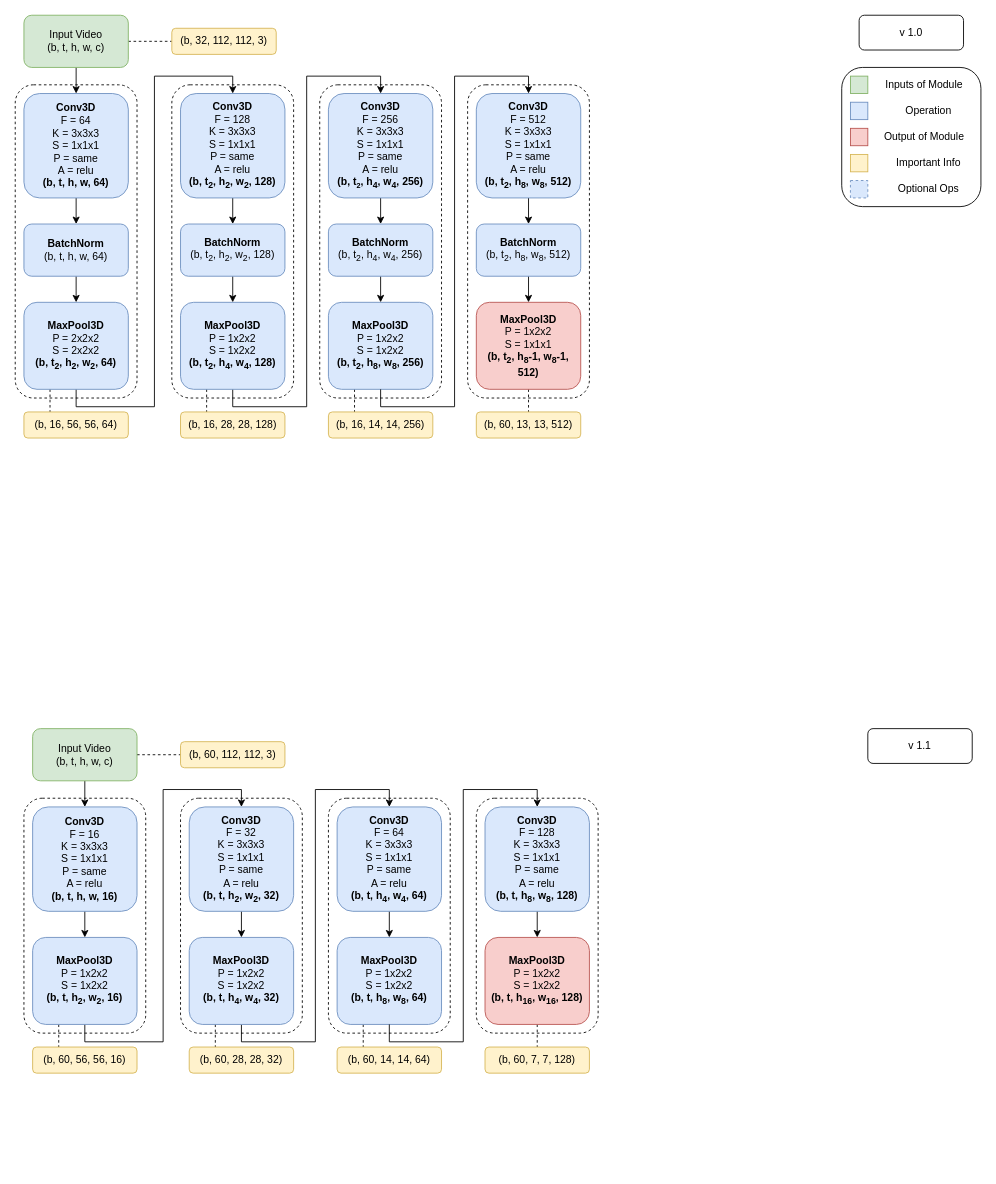
Before: page "Compute Feat Module" (4 of 8) of Models_graphs.drawio in MIC10086/SignLanguageTranslation_SLT, a draw.io diagram. Source tidied: cells renumbered, new cells numbered last; positions are measured from the earlier drawing's top-left corner, leaving out a move shared by most shapes. Both pictures are drawn from the tidied source at 87%, with x=0, y=0 at pixel (15, 15).
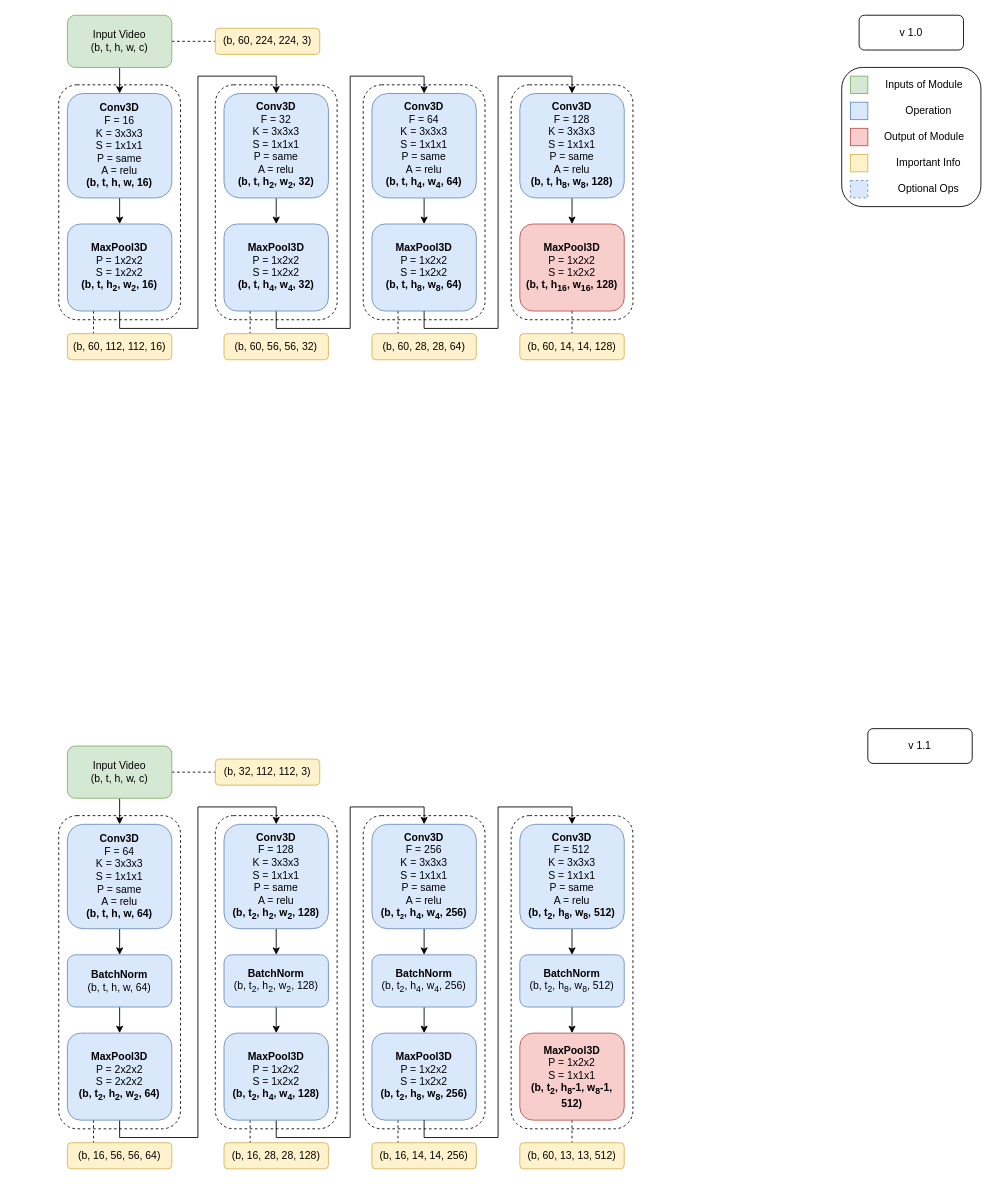
Above is the later version.

Change to the diagram source:
```diff
@@
     <mxCell id="2" style="rounded=1;whiteSpace=wrap;html=1;strokeColor=#000000;fillColor=none;dashed=1;" parent="1" vertex="1">
-      <mxGeometry x="360" y="900" width="140" height="270" as="geometry" />
+      <mxGeometry x="400" y="80" width="140" height="270" as="geometry" />
     </mxCell>
     <mxCell id="3" style="rounded=1;whiteSpace=wrap;html=1;strokeColor=#000000;fillColor=none;dashed=1;" parent="1" vertex="1">
-      <mxGeometry x="190" y="900" width="140" height="270" as="geometry" />
+      <mxGeometry x="230" y="80" width="140" height="270" as="geometry" />
     </mxCell>
     <mxCell id="4" style="rounded=1;whiteSpace=wrap;html=1;strokeColor=#000000;fillColor=none;dashed=1;" parent="1" vertex="1">
-      <mxGeometry x="10" y="900" width="140" height="270" as="geometry" />
+      <mxGeometry x="50" y="80" width="140" height="270" as="geometry" />
     </mxCell>
@@
     <mxCell id="17" style="rounded=1;whiteSpace=wrap;html=1;strokeColor=#000000;fillColor=none;dashed=1;" parent="1" vertex="1">
-      <mxGeometry x="530" y="900" width="140" height="270" as="geometry" />
+      <mxGeometry x="570" y="80" width="140" height="270" as="geometry" />
     </mxCell>
@@
     <mxCell id="20" value="Input Video&lt;br&gt;(b, t, h, w, c)" style="rounded=1;whiteSpace=wrap;html=1;fillColor=#d5e8d4;strokeColor=#82b366;" parent="1" vertex="1">
-      <mxGeometry x="20" y="820" width="120" height="60" as="geometry" />
+      <mxGeometry x="60" width="120" height="60" as="geometry" />
     </mxCell>
@@
     <mxCell id="22" value="&lt;b&gt;Conv3D&lt;/b&gt;&lt;br&gt;F = 16&lt;br&gt;K = 3x3x3&lt;br&gt;S = 1x1x1&lt;br&gt;P = same&lt;br&gt;A = relu&lt;br&gt;&lt;b&gt;(b, t, h, w, 16)&lt;/b&gt;" style="rounded=1;whiteSpace=wrap;html=1;strokeColor=#6c8ebf;fillColor=#dae8fc;" parent="1" vertex="1">
-      <mxGeometry x="20" y="910" width="120" height="120" as="geometry" />
+      <mxGeometry x="60" y="90" width="120" height="120" as="geometry" />
     </mxCell>
@@
     <mxCell id="25" value="&lt;b&gt;MaxPool3D&lt;/b&gt;&lt;br&gt;P = 1x2x2&lt;br&gt;S = 1x2x2&lt;br&gt;&lt;b&gt;(b, t, h&lt;sub&gt;2&lt;/sub&gt;, w&lt;sub&gt;2&lt;/sub&gt;, 16)&lt;/b&gt;" style="rounded=1;whiteSpace=wrap;html=1;strokeColor=#6c8ebf;fillColor=#dae8fc;" parent="1" vertex="1">
-      <mxGeometry x="20" y="1060" width="120" height="100" as="geometry" />
+      <mxGeometry x="60" y="240" width="120" height="100" as="geometry" />
     </mxCell>
@@
     <mxCell id="28" value="&lt;b&gt;Conv3D&lt;/b&gt;&lt;br&gt;F = 32&lt;br&gt;K = 3x3x3&lt;br&gt;S = 1x1x1&lt;br&gt;P = same&lt;br&gt;A = relu&lt;br&gt;&lt;b&gt;(b, t, h&lt;sub&gt;2&lt;/sub&gt;, w&lt;sub&gt;2&lt;/sub&gt;, 32)&lt;/b&gt;" style="rounded=1;whiteSpace=wrap;html=1;strokeColor=#6c8ebf;fillColor=#dae8fc;" parent="1" vertex="1">
-      <mxGeometry x="200" y="910" width="120" height="120" as="geometry" />
+      <mxGeometry x="240" y="90" width="120" height="120" as="geometry" />
     </mxCell>
@@
     <mxCell id="31" value="&lt;b&gt;MaxPool3D&lt;/b&gt;&lt;br&gt;P = 1x2x2&lt;br&gt;S = 1x2x2&lt;br&gt;&lt;b&gt;(b, t, h&lt;sub&gt;4&lt;/sub&gt;, w&lt;sub&gt;4&lt;/sub&gt;, 32)&lt;/b&gt;" style="rounded=1;whiteSpace=wrap;html=1;strokeColor=#6c8ebf;fillColor=#dae8fc;" parent="1" vertex="1">
-      <mxGeometry x="200" y="1060" width="120" height="100" as="geometry" />
+      <mxGeometry x="240" y="240" width="120" height="100" as="geometry" />
     </mxCell>
@@
     <mxCell id="33" value="&lt;b&gt;Conv3D&lt;/b&gt;&lt;br&gt;F = 64&lt;br&gt;K = 3x3x3&lt;br&gt;S = 1x1x1&lt;br&gt;P = same&lt;br&gt;A = relu&lt;br&gt;&lt;b&gt;(b, t, h&lt;sub&gt;4&lt;/sub&gt;, w&lt;sub&gt;4&lt;/sub&gt;, 64)&lt;/b&gt;" style="rounded=1;whiteSpace=wrap;html=1;strokeColor=#6c8ebf;fillColor=#dae8fc;" parent="1" vertex="1">
-      <mxGeometry x="370" y="910" width="120" height="120" as="geometry" />
+      <mxGeometry x="410" y="90" width="120" height="120" as="geometry" />
     </mxCell>
@@
     <mxCell id="35" value="&lt;b&gt;MaxPool3D&lt;/b&gt;&lt;br&gt;P = 1x2x2&lt;br&gt;S = 1x2x2&lt;br&gt;&lt;b&gt;(b, t, h&lt;sub&gt;8&lt;/sub&gt;, w&lt;sub&gt;8&lt;/sub&gt;, 64)&lt;/b&gt;" style="rounded=1;whiteSpace=wrap;html=1;strokeColor=#6c8ebf;fillColor=#dae8fc;" parent="1" vertex="1">
-      <mxGeometry x="370" y="1060" width="120" height="100" as="geometry" />
+      <mxGeometry x="410" y="240" width="120" height="100" as="geometry" />
     </mxCell>
@@
     <mxCell id="38" value="&lt;b&gt;Conv3D&lt;/b&gt;&lt;br&gt;F = 128&lt;br&gt;K = 3x3x3&lt;br&gt;S = 1x1x1&lt;br&gt;P = same&lt;br&gt;A = relu&lt;br&gt;&lt;b&gt;(b, t, h&lt;sub&gt;8&lt;/sub&gt;, w&lt;sub&gt;8&lt;/sub&gt;, 128)&lt;/b&gt;" style="rounded=1;whiteSpace=wrap;html=1;strokeColor=#6c8ebf;fillColor=#dae8fc;" parent="1" vertex="1">
-      <mxGeometry x="540" y="910" width="120" height="120" as="geometry" />
+      <mxGeometry x="580" y="90" width="120" height="120" as="geometry" />
     </mxCell>
@@
     <mxCell id="40" value="&lt;b&gt;MaxPool3D&lt;/b&gt;&lt;br&gt;P = 1x2x2&lt;br&gt;S = 1x2x2&lt;br&gt;&lt;b&gt;(b, t, h&lt;sub&gt;16&lt;/sub&gt;, w&lt;sub&gt;16&lt;/sub&gt;, 128)&lt;/b&gt;" style="rounded=1;whiteSpace=wrap;html=1;strokeColor=#b85450;fillColor=#f8cecc;" parent="1" vertex="1">
-      <mxGeometry x="540" y="1060" width="120" height="100" as="geometry" />
+      <mxGeometry x="580" y="240" width="120" height="100" as="geometry" />
     </mxCell>
-    <mxCell id="41" value="(b, 60, 112, 112, 3)" style="rounded=1;whiteSpace=wrap;html=1;strokeColor=#d6b656;fillColor=#fff2cc;" parent="1" vertex="1">
-      <mxGeometry x="190" y="835" width="120" height="30" as="geometry" />
+    <mxCell id="41" value="(b, 60, 224, 224, 3)" style="rounded=1;whiteSpace=wrap;html=1;strokeColor=#d6b656;fillColor=#fff2cc;" parent="1" vertex="1">
+      <mxGeometry x="230" y="15" width="120" height="30" as="geometry" />
     </mxCell>
-    <mxCell id="42" value="(b, 60, 56, 56, 16)" style="rounded=1;whiteSpace=wrap;html=1;strokeColor=#d6b656;fillColor=#fff2cc;" parent="1" vertex="1">
-      <mxGeometry x="20" y="1186" width="120" height="30" as="geometry" />
+    <mxCell id="42" value="(b, 60, 112, 112, 16)" style="rounded=1;whiteSpace=wrap;html=1;strokeColor=#d6b656;fillColor=#fff2cc;" parent="1" vertex="1">
+      <mxGeometry x="60" y="366" width="120" height="30" as="geometry" />
     </mxCell>
-    <mxCell id="43" value="(b, 60, 28, 28, 32)" style="rounded=1;whiteSpace=wrap;html=1;strokeColor=#d6b656;fillColor=#fff2cc;" parent="1" vertex="1">
-      <mxGeometry x="200" y="1186" width="120" height="30" as="geometry" />
+    <mxCell id="43" value="(b, 60, 56, 56, 32)" style="rounded=1;whiteSpace=wrap;html=1;strokeColor=#d6b656;fillColor=#fff2cc;" parent="1" vertex="1">
+      <mxGeometry x="240" y="366" width="120" height="30" as="geometry" />
     </mxCell>
-    <mxCell id="44" value="(b, 60, 14, 14, 64)" style="rounded=1;whiteSpace=wrap;html=1;strokeColor=#d6b656;fillColor=#fff2cc;" parent="1" vertex="1">
-      <mxGeometry x="370" y="1186" width="120" height="30" as="geometry" />
+    <mxCell id="44" value="(b, 60, 28, 28, 64)" style="rounded=1;whiteSpace=wrap;html=1;strokeColor=#d6b656;fillColor=#fff2cc;" parent="1" vertex="1">
+      <mxGeometry x="410" y="366" width="120" height="30" as="geometry" />
     </mxCell>
-    <mxCell id="45" value="(b, 60, 7, 7, 128)" style="rounded=1;whiteSpace=wrap;html=1;strokeColor=#d6b656;fillColor=#fff2cc;" parent="1" vertex="1">
-      <mxGeometry x="540" y="1186" width="120" height="30" as="geometry" />
+    <mxCell id="45" value="(b, 60, 14, 14, 128)" style="rounded=1;whiteSpace=wrap;html=1;strokeColor=#d6b656;fillColor=#fff2cc;" parent="1" vertex="1">
+      <mxGeometry x="580" y="366" width="120" height="30" as="geometry" />
     </mxCell>
     <mxCell id="46" style="rounded=1;whiteSpace=wrap;html=1;strokeColor=#000000;fillColor=none;dashed=1;" parent="1" vertex="1">
-      <mxGeometry x="350" y="80" width="140" height="360" as="geometry" />
+      <mxGeometry x="400" y="920" width="140" height="360" as="geometry" />
     </mxCell>
     <mxCell id="47" style="rounded=1;whiteSpace=wrap;html=1;strokeColor=#000000;fillColor=none;dashed=1;" parent="1" vertex="1">
-      <mxGeometry x="180" y="80" width="140" height="360" as="geometry" />
+      <mxGeometry x="230" y="920" width="140" height="360" as="geometry" />
     </mxCell>
     <mxCell id="48" style="rounded=1;whiteSpace=wrap;html=1;strokeColor=#000000;fillColor=none;dashed=1;" parent="1" vertex="1">
-      <mxGeometry y="80" width="140" height="360" as="geometry" />
+      <mxGeometry x="50" y="920" width="140" height="360" as="geometry" />
     </mxCell>
     <mxCell id="49" style="rounded=1;whiteSpace=wrap;html=1;strokeColor=#000000;fillColor=none;dashed=1;" parent="1" vertex="1">
-      <mxGeometry x="520" y="80" width="140" height="360" as="geometry" />
+      <mxGeometry x="570" y="920" width="140" height="360" as="geometry" />
     </mxCell>
@@
     <mxCell id="52" value="Input Video&lt;br&gt;(b, t, h, w, c)" style="rounded=1;whiteSpace=wrap;html=1;fillColor=#d5e8d4;strokeColor=#82b366;" parent="1" vertex="1">
-      <mxGeometry x="10" width="120" height="60" as="geometry" />
+      <mxGeometry x="60" y="840" width="120" height="60" as="geometry" />
     </mxCell>
@@
     <mxCell id="54" value="&lt;b&gt;Conv3D&lt;/b&gt;&lt;br&gt;F = 64&lt;br&gt;K = 3x3x3&lt;br&gt;S = 1x1x1&lt;br&gt;P = same&lt;br&gt;A = relu&lt;br&gt;&lt;b&gt;(b, t, h, w, 64)&lt;/b&gt;" style="rounded=1;whiteSpace=wrap;html=1;strokeColor=#6c8ebf;fillColor=#dae8fc;" parent="1" vertex="1">
-      <mxGeometry x="10" y="90" width="120" height="120" as="geometry" />
+      <mxGeometry x="60" y="930" width="120" height="120" as="geometry" />
     </mxCell>
@@
     <mxCell id="57" value="&lt;b&gt;MaxPool3D&lt;/b&gt;&lt;br&gt;P = 2x2x2&lt;br&gt;S = 2x2x2&lt;br&gt;&lt;b&gt;(b, t&lt;sub&gt;2&lt;/sub&gt;, h&lt;sub&gt;2&lt;/sub&gt;, w&lt;sub&gt;2&lt;/sub&gt;, 64)&lt;/b&gt;" style="rounded=1;whiteSpace=wrap;html=1;strokeColor=#6c8ebf;fillColor=#dae8fc;" parent="1" vertex="1">
-      <mxGeometry x="10" y="330" width="120" height="100" as="geometry" />
+      <mxGeometry x="60" y="1170" width="120" height="100" as="geometry" />
     </mxCell>
@@
     <mxCell id="59" value="&lt;b&gt;Conv3D&lt;/b&gt;&lt;br&gt;F = 128&lt;br&gt;K = 3x3x3&lt;br&gt;S = 1x1x1&lt;br&gt;P = same&lt;br&gt;A = relu&lt;br&gt;&lt;b&gt;(b, t&lt;sub&gt;2&lt;/sub&gt;, h&lt;sub&gt;2&lt;/sub&gt;, w&lt;sub&gt;2&lt;/sub&gt;, 128)&lt;/b&gt;" style="rounded=1;whiteSpace=wrap;html=1;strokeColor=#6c8ebf;fillColor=#dae8fc;" parent="1" vertex="1">
-      <mxGeometry x="190" y="90" width="120" height="120" as="geometry" />
+      <mxGeometry x="240" y="930" width="120" height="120" as="geometry" />
     </mxCell>
@@
     <mxCell id="62" value="&lt;b&gt;MaxPool3D&lt;/b&gt;&lt;br&gt;P = 1x2x2&lt;br&gt;S = 1x2x2&lt;br&gt;&lt;b&gt;(b, t&lt;sub&gt;2&lt;/sub&gt;, h&lt;sub&gt;4&lt;/sub&gt;, w&lt;sub&gt;4&lt;/sub&gt;, 128)&lt;/b&gt;" style="rounded=1;whiteSpace=wrap;html=1;strokeColor=#6c8ebf;fillColor=#dae8fc;" parent="1" vertex="1">
-      <mxGeometry x="190" y="330" width="120" height="100" as="geometry" />
+      <mxGeometry x="240" y="1170" width="120" height="100" as="geometry" />
     </mxCell>
@@
     <mxCell id="64" value="&lt;b&gt;Conv3D&lt;/b&gt;&lt;br&gt;F = 256&lt;br&gt;K = 3x3x3&lt;br&gt;S = 1x1x1&lt;br&gt;P = same&lt;br&gt;A = relu&lt;br&gt;&lt;b&gt;(b, t&lt;span style=&quot;font-size: 10px&quot;&gt;&lt;sub&gt;2&lt;/sub&gt;&lt;/span&gt;, h&lt;sub&gt;4&lt;/sub&gt;, w&lt;sub&gt;4&lt;/sub&gt;, 256)&lt;/b&gt;" style="rounded=1;whiteSpace=wrap;html=1;strokeColor=#6c8ebf;fillColor=#dae8fc;" parent="1" vertex="1">
-      <mxGeometry x="360" y="90" width="120" height="120" as="geometry" />
+      <mxGeometry x="410" y="930" width="120" height="120" as="geometry" />
     </mxCell>
@@
     <mxCell id="66" value="&lt;b&gt;MaxPool3D&lt;/b&gt;&lt;br&gt;P = 1x2x2&lt;br&gt;S = 1x2x2&lt;br&gt;&lt;b&gt;(b, t&lt;sub&gt;2&lt;/sub&gt;, h&lt;sub&gt;8&lt;/sub&gt;, w&lt;sub&gt;8&lt;/sub&gt;, 256)&lt;/b&gt;" style="rounded=1;whiteSpace=wrap;html=1;strokeColor=#6c8ebf;fillColor=#dae8fc;" parent="1" vertex="1">
-      <mxGeometry x="360" y="330" width="120" height="100" as="geometry" />
+      <mxGeometry x="410" y="1170" width="120" height="100" as="geometry" />
     </mxCell>
@@
     <mxCell id="69" value="&lt;b&gt;Conv3D&lt;/b&gt;&lt;br&gt;F = 512&lt;br&gt;K = 3x3x3&lt;br&gt;S = 1x1x1&lt;br&gt;P = same&lt;br&gt;A = relu&lt;br&gt;&lt;b&gt;(b, t&lt;sub&gt;2&lt;/sub&gt;, h&lt;sub&gt;8&lt;/sub&gt;, w&lt;sub&gt;8&lt;/sub&gt;, 512)&lt;/b&gt;" style="rounded=1;whiteSpace=wrap;html=1;strokeColor=#6c8ebf;fillColor=#dae8fc;" parent="1" vertex="1">
-      <mxGeometry x="530" y="90" width="120" height="120" as="geometry" />
+      <mxGeometry x="580" y="930" width="120" height="120" as="geometry" />
     </mxCell>
@@
     <mxCell id="71" value="&lt;b&gt;MaxPool3D&lt;/b&gt;&lt;br&gt;P = 1x2x2&lt;br&gt;S = 1x1x1&lt;br&gt;&lt;b&gt;(b, t&lt;sub&gt;2&lt;/sub&gt;, h&lt;sub&gt;8&lt;/sub&gt;-1, w&lt;sub&gt;8&lt;/sub&gt;-1, 512)&lt;/b&gt;" style="rounded=1;whiteSpace=wrap;html=1;strokeColor=#b85450;fillColor=#f8cecc;" parent="1" vertex="1">
-      <mxGeometry x="530" y="330" width="120" height="100" as="geometry" />
+      <mxGeometry x="580" y="1170" width="120" height="100" as="geometry" />
     </mxCell>
     <mxCell id="72" value="(b, 32, 112, 112, 3)" style="rounded=1;whiteSpace=wrap;html=1;strokeColor=#d6b656;fillColor=#fff2cc;" parent="1" vertex="1">
-      <mxGeometry x="180" y="15" width="120" height="30" as="geometry" />
+      <mxGeometry x="230" y="855" width="120" height="30" as="geometry" />
     </mxCell>
     <mxCell id="73" value="(b, 16, 56, 56, 64)" style="rounded=1;whiteSpace=wrap;html=1;strokeColor=#d6b656;fillColor=#fff2cc;" parent="1" vertex="1">
-      <mxGeometry x="10" y="456" width="120" height="30" as="geometry" />
+      <mxGeometry x="60" y="1296" width="120" height="30" as="geometry" />
     </mxCell>
     <mxCell id="74" value="(b, 16, 28, 28, 128)" style="rounded=1;whiteSpace=wrap;html=1;strokeColor=#d6b656;fillColor=#fff2cc;" parent="1" vertex="1">
-      <mxGeometry x="190" y="456" width="120" height="30" as="geometry" />
+      <mxGeometry x="240" y="1296" width="120" height="30" as="geometry" />
     </mxCell>
     <mxCell id="75" value="(b, 16, 14, 14, 256)" style="rounded=1;whiteSpace=wrap;html=1;strokeColor=#d6b656;fillColor=#fff2cc;" parent="1" vertex="1">
-      <mxGeometry x="360" y="456" width="120" height="30" as="geometry" />
+      <mxGeometry x="410" y="1296" width="120" height="30" as="geometry" />
     </mxCell>
     <mxCell id="76" value="(b, 60, 13, 13, 512)" style="rounded=1;whiteSpace=wrap;html=1;strokeColor=#d6b656;fillColor=#fff2cc;" parent="1" vertex="1">
-      <mxGeometry x="530" y="456" width="120" height="30" as="geometry" />
+      <mxGeometry x="580" y="1296" width="120" height="30" as="geometry" />
     </mxCell>
@@
     <mxCell id="78" value="&lt;b&gt;BatchNorm&lt;/b&gt;&lt;br&gt;(b, t, h, w, 64)" style="rounded=1;whiteSpace=wrap;html=1;strokeColor=#6c8ebf;fillColor=#dae8fc;" parent="1" vertex="1">
-      <mxGeometry x="10" y="240" width="120" height="60" as="geometry" />
+      <mxGeometry x="60" y="1080" width="120" height="60" as="geometry" />
     </mxCell>
@@
     <mxCell id="80" value="&lt;b&gt;BatchNorm&lt;/b&gt;&lt;br&gt;(b, t&lt;sub&gt;2&lt;/sub&gt;, h&lt;sub&gt;2&lt;/sub&gt;, w&lt;sub&gt;2&lt;/sub&gt;, 128)" style="rounded=1;whiteSpace=wrap;html=1;strokeColor=#6c8ebf;fillColor=#dae8fc;" parent="1" vertex="1">
-      <mxGeometry x="190" y="240" width="120" height="60" as="geometry" />
+      <mxGeometry x="240" y="1080" width="120" height="60" as="geometry" />
     </mxCell>
@@
     <mxCell id="82" value="&lt;b&gt;BatchNorm&lt;/b&gt;&lt;br&gt;(b, t&lt;sub&gt;2&lt;/sub&gt;, h&lt;sub&gt;4&lt;/sub&gt;, w&lt;sub&gt;4&lt;/sub&gt;, 256)" style="rounded=1;whiteSpace=wrap;html=1;strokeColor=#6c8ebf;fillColor=#dae8fc;" parent="1" vertex="1">
-      <mxGeometry x="360" y="240" width="120" height="60" as="geometry" />
+      <mxGeometry x="410" y="1080" width="120" height="60" as="geometry" />
     </mxCell>
@@
     <mxCell id="84" value="&lt;b&gt;BatchNorm&lt;/b&gt;&lt;br&gt;(b, t&lt;sub&gt;2&lt;/sub&gt;, h&lt;sub&gt;8&lt;/sub&gt;, w&lt;sub&gt;8&lt;/sub&gt;, 512)" style="rounded=1;whiteSpace=wrap;html=1;strokeColor=#6c8ebf;fillColor=#dae8fc;" parent="1" vertex="1">
-      <mxGeometry x="530" y="240" width="120" height="60" as="geometry" />
+      <mxGeometry x="580" y="1080" width="120" height="60" as="geometry" />
     </mxCell>
```
